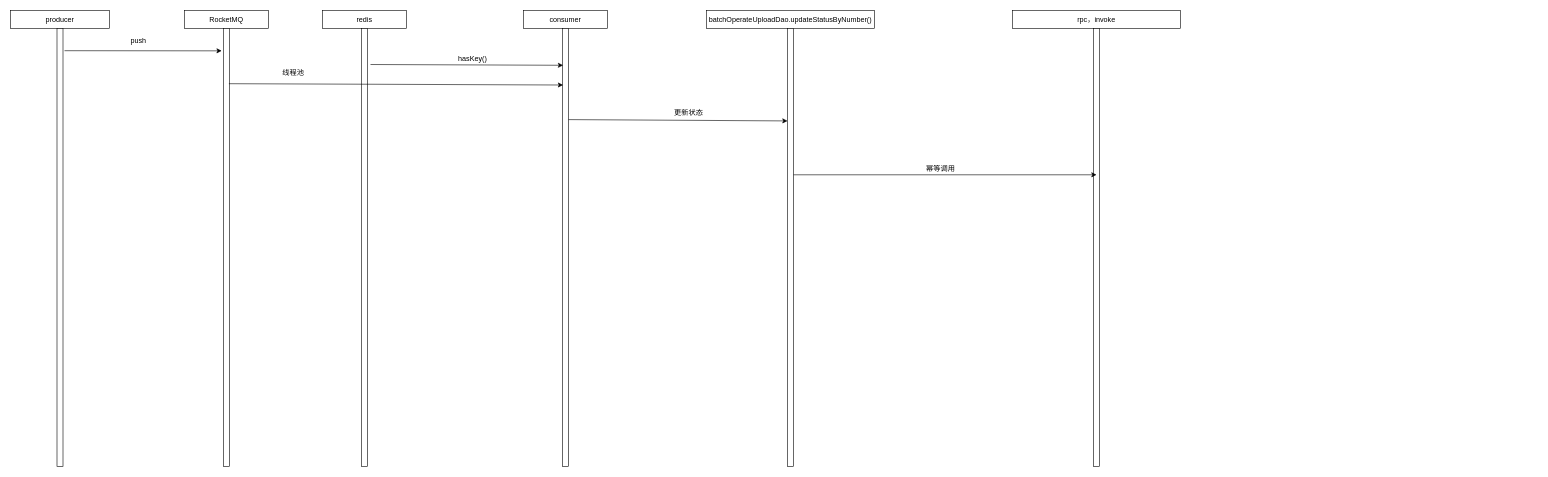
mirai3zZ/mojito keeps this draw.io diagram as time-return-consumer.drawio. Above is the earlier version. Source tidied: cells renumbered, new cells numbered last; positions are measured from the earlier drawing's top-left corner, leaving out a move shared by most shapes. Both pictures are drawn from the tidied source at 60%, with x=0, y=0 at pixel (10, 10).
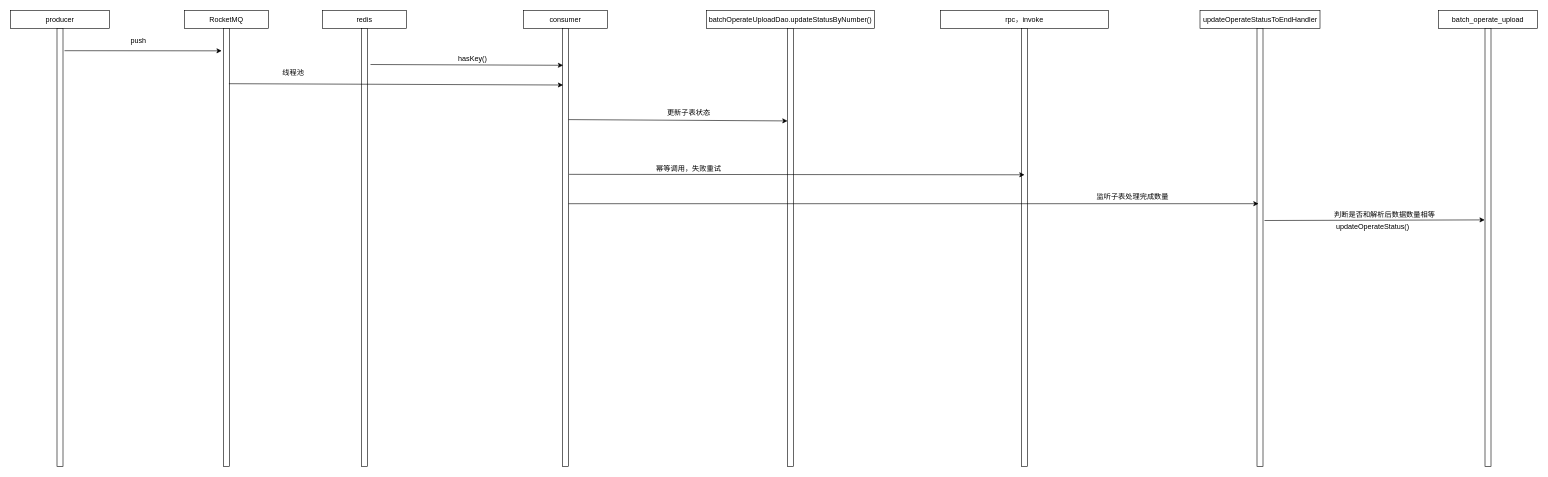
The same page after the edit.

The change refers to these unchanged cells:
```xml
<mxCell id="7" style="rounded=0;whiteSpace=wrap;html=1;" parent="1" vertex="1">
  <mxGeometry x="920" y="30" width="10" height="730" as="geometry" />
</mxCell>
<mxCell id="15" style="rounded=0;whiteSpace=wrap;html=1;" parent="1" vertex="1">
  <mxGeometry x="1295" y="30" width="10" height="730" as="geometry" />
</mxCell>
```

The edit, as a diff of the source:
```diff
@@
-    <mxCell id="19" value="更新状态" style="text;html=1;align=center;verticalAlign=middle;" parent="1" vertex="1">
-      <mxGeometry x="1100" y="160" width="60" height="20" as="geometry" />
+    <mxCell id="19" value="更新子表状态" style="text;html=1;align=center;verticalAlign=middle;" parent="1" vertex="1">
+      <mxGeometry x="1085" y="160" width="90" height="20" as="geometry" />
     </mxCell>
     <mxCell id="20" value="rpc，invoke" style="rounded=0;whiteSpace=wrap;html=1;" parent="1" vertex="1">
-      <mxGeometry x="1670" width="280" height="30" as="geometry" />
+      <mxGeometry x="1550" width="280" height="30" as="geometry" />
     </mxCell>
     <mxCell id="21" style="rounded=0;whiteSpace=wrap;html=1;" parent="1" vertex="1">
-      <mxGeometry x="1805" y="30" width="10" height="730" as="geometry" />
+      <mxGeometry x="1685" y="30" width="10" height="730" as="geometry" />
     </mxCell>
-    <mxCell id="22" style="endArrow=classic;html=1;exitX=1;exitY=0.334;exitDx=0;exitDy=0;exitPerimeter=0;entryX=0.5;entryY=0.334;entryDx=0;entryDy=0;entryPerimeter=0;" parent="1" edge="1" source="15" target="21">
+    <mxCell id="22" style="endArrow=classic;html=1;exitX=1.1;exitY=0.333;exitDx=0;exitDy=0;exitPerimeter=0;entryX=0.5;entryY=0.334;entryDx=0;entryDy=0;entryPerimeter=0;" parent="1" edge="1" source="7" target="21">
       <mxGeometry relative="1" as="geometry" />
     </mxCell>
-    <mxCell id="23" value="幂等调用" style="text;html=1;align=center;verticalAlign=middle;" parent="1" vertex="1">
-      <mxGeometry x="1520" y="254" width="60" height="20" as="geometry" />
+    <mxCell id="23" value="幂等调用，失败重试" style="text;html=1;align=center;verticalAlign=middle;" parent="1" vertex="1">
+      <mxGeometry x="1070" y="254" width="120" height="20" as="geometry" />
     </mxCell>
+    <mxCell id="24" value="updateOperateStatusToEndHandler" style="rounded=0;whiteSpace=wrap;html=1;" parent="1" vertex="1">
+      <mxGeometry x="1982.5" width="200" height="30" as="geometry" />
+    </mxCell>
+    <mxCell id="25" style="rounded=0;whiteSpace=wrap;html=1;" parent="1" vertex="1">
+      <mxGeometry x="2077.5" y="30" width="10" height="730" as="geometry" />
+    </mxCell>
+    <mxCell id="26" value="batch_operate_upload" style="rounded=0;whiteSpace=wrap;html=1;" parent="1" vertex="1">
+      <mxGeometry x="2380" width="165" height="30" as="geometry" />
+    </mxCell>
+    <mxCell id="27" style="rounded=0;whiteSpace=wrap;html=1;" parent="1" vertex="1">
+      <mxGeometry x="2457.5" y="30" width="10" height="730" as="geometry" />
+    </mxCell>
+    <mxCell id="28" style="endArrow=classic;html=1;exitX=1;exitY=0.4;exitDx=0;exitDy=0;exitPerimeter=0;entryX=0.25;entryY=0.4;entryDx=0;entryDy=0;entryPerimeter=0;" parent="1" edge="1" source="7" target="25">
+      <mxGeometry relative="1" as="geometry" />
+    </mxCell>
+    <mxCell id="29" style="endArrow=classic;html=1;entryX=-0.05;entryY=0.437;entryDx=0;entryDy=0;entryPerimeter=0;" parent="1" edge="1" target="27">
+      <mxGeometry relative="1" as="geometry">
+        <mxPoint x="2090" y="350" as="sourcePoint" />
+      </mxGeometry>
+    </mxCell>
+    <mxCell id="30" value="监听子表处理完成数量" style="text;html=1;align=center;verticalAlign=middle;" parent="1" vertex="1">
+      <mxGeometry x="1800" y="300" width="140" height="20" as="geometry" />
+    </mxCell>
+    <mxCell id="31" value="判断是否和解析后数据数量相等" style="text;html=1;align=center;verticalAlign=middle;" parent="1" vertex="1">
+      <mxGeometry x="2200" y="330" width="180" height="20" as="geometry" />
+    </mxCell>
+    <mxCell id="32" value="updateOperateStatus()" style="text;html=1;align=center;verticalAlign=middle;" parent="1" vertex="1">
+      <mxGeometry x="2200" y="350" width="140" height="20" as="geometry" />
+    </mxCell>
```
